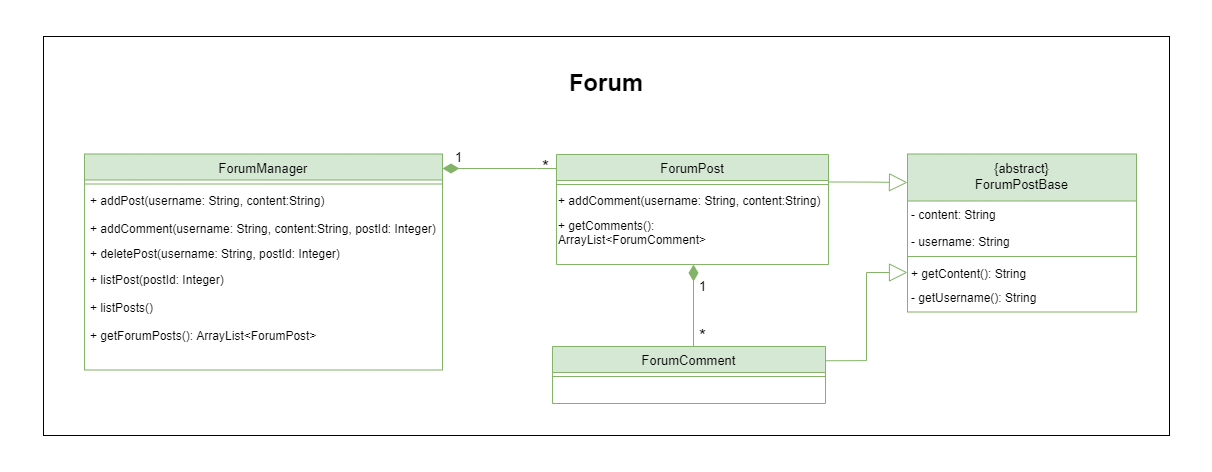
Before: docs/developerGuideDiagrams/forumComponent.png, a diagram exported from draw.io (theeugenechong/tp). Source tidied: cells renumbered, new cells last; positions are measured from the earlier drawing's top-left corner, leaving out a move shared by most shapes.
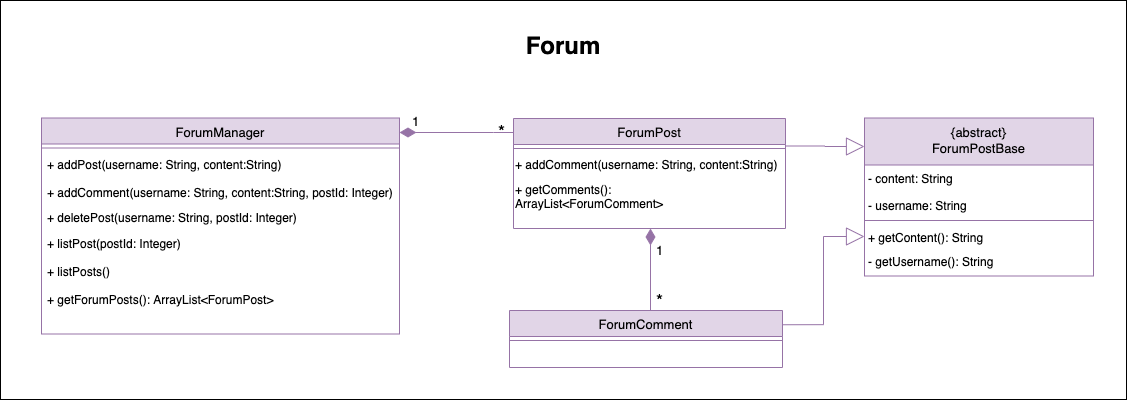
Later version of the same file.

Change to the diagram source:
```diff
@@ -2,16 +2,13 @@
   <root>
     <mxCell id="0" />
     <mxCell id="1" parent="0" />
-    <mxCell id="2" style="rounded=0;whiteSpace=wrap;html=1;fontSize=13;strokeColor=#FFFFFF;align=right;" parent="1" vertex="1">
-      <mxGeometry width="1210" height="471" as="geometry" />
-    </mxCell>
     <mxCell id="3" value="&lt;b&gt;&lt;span style=&quot;font-size: 24px&quot;&gt;Forum&lt;/span&gt;&lt;br&gt;&lt;br&gt;&lt;br&gt;&lt;br&gt;&lt;br&gt;&lt;br&gt;&lt;br&gt;&lt;br&gt;&lt;br&gt;&lt;br&gt;&lt;br&gt;&lt;br&gt;&lt;br&gt;&lt;br&gt;&lt;br&gt;&lt;br&gt;&lt;br&gt;&lt;br&gt;&lt;br&gt;&lt;br&gt;&lt;br&gt;&lt;br&gt;&lt;br&gt;&lt;/b&gt;" style="rounded=0;whiteSpace=wrap;html=1;" parent="1" vertex="1">
       <mxGeometry x="43" y="36" width="1126" height="399" as="geometry" />
     </mxCell>
-    <mxCell id="4" value="ForumManager" style="swimlane;fontStyle=0;align=center;verticalAlign=top;horizontal=1;startSize=26;rounded=0;shadow=0;strokeWidth=1;fillColor=#d5e8d4;strokeColor=#82b366;fontSize=13;" parent="1" vertex="1">
+    <mxCell id="4" value="ForumManager" style="swimlane;fontStyle=0;align=center;verticalAlign=top;horizontal=1;startSize=26;rounded=0;shadow=0;strokeWidth=1;fillColor=#e1d5e7;strokeColor=#9673a6;fontSize=13;" parent="1" vertex="1">
       <mxGeometry x="84" y="153.5" width="358" height="216" as="geometry" />
     </mxCell>
-    <mxCell id="5" style="line;html=1;strokeWidth=1;align=left;verticalAlign=middle;spacingTop=-1;spacingLeft=3;spacingRight=3;labelPosition=right;fillColor=#d5e8d4;strokeColor=#82b366;fontSize=13;" parent="4" vertex="1">
+    <mxCell id="5" style="line;html=1;strokeWidth=1;align=left;verticalAlign=middle;spacingTop=-1;spacingLeft=3;spacingRight=3;labelPosition=right;fillColor=#e1d5e7;strokeColor=#9673a6;fontSize=13;" parent="4" vertex="1">
       <mxGeometry y="26" width="358" height="8" as="geometry" />
     </mxCell>
     <mxCell id="6" style="edgeStyle=orthogonalEdgeStyle;rounded=0;orthogonalLoop=1;jettySize=auto;html=1;exitX=0.5;exitY=1;exitDx=0;exitDy=0;" parent="1" edge="1" source="3" target="3">
@@ -23,7 +20,7 @@
     <mxCell id="8" value="*" style="text;html=1;align=center;verticalAlign=middle;strokeColor=none;fillColor=none;fontSize=18;" parent="1" vertex="1">
       <mxGeometry x="536" y="154" width="17" height="26" as="geometry" />
     </mxCell>
-    <mxCell id="9" style="endArrow=none;html=1;endSize=12;startArrow=diamondThin;startSize=14;startFill=1;edgeStyle=orthogonalEdgeStyle;align=left;verticalAlign=bottom;rounded=0;jumpStyle=none;fillColor=#d5e8d4;strokeColor=#82b366;fontSize=15;entryX=0;entryY=0.25;entryDx=0;entryDy=0;endFill=0;" parent="1" edge="1" target="11">
+    <mxCell id="9" style="endArrow=none;html=1;endSize=12;startArrow=diamondThin;startSize=14;startFill=1;edgeStyle=orthogonalEdgeStyle;align=left;verticalAlign=bottom;rounded=0;jumpStyle=none;fillColor=#e1d5e7;strokeColor=#9673a6;fontSize=15;entryX=0;entryY=0.25;entryDx=0;entryDy=0;endFill=0;" parent="1" edge="1" target="11">
       <mxGeometry x="-1" y="3" relative="1" as="geometry">
         <mxPoint x="442" y="168" as="sourcePoint" />
         <Array as="points">
@@ -35,19 +32,19 @@
     <mxCell id="10" value="1" style="text;html=1;align=center;verticalAlign=middle;strokeColor=none;fillColor=none;fontSize=13;" parent="1" vertex="1">
       <mxGeometry x="449" y="147" width="17" height="20" as="geometry" />
     </mxCell>
-    <mxCell id="11" value="ForumPost" style="swimlane;fontStyle=0;align=center;verticalAlign=top;horizontal=1;startSize=26;rounded=0;shadow=0;strokeWidth=1;fillColor=#d5e8d4;strokeColor=#82b366;fontSize=13;" parent="1" vertex="1">
+    <mxCell id="11" value="ForumPost" style="swimlane;fontStyle=0;align=center;verticalAlign=top;horizontal=1;startSize=26;rounded=0;shadow=0;strokeWidth=1;fillColor=#e1d5e7;strokeColor=#9673a6;fontSize=13;" parent="1" vertex="1">
       <mxGeometry x="556" y="154" width="272" height="110" as="geometry" />
     </mxCell>
-    <mxCell id="12" style="line;html=1;strokeWidth=1;align=left;verticalAlign=middle;spacingTop=-1;spacingLeft=3;spacingRight=3;labelPosition=right;fillColor=#d5e8d4;strokeColor=#82b366;fontSize=13;" parent="11" vertex="1">
+    <mxCell id="12" style="line;html=1;strokeWidth=1;align=left;verticalAlign=middle;spacingTop=-1;spacingLeft=3;spacingRight=3;labelPosition=right;fillColor=#e1d5e7;strokeColor=#9673a6;fontSize=13;" parent="11" vertex="1">
       <mxGeometry y="26" width="272" height="8" as="geometry" />
     </mxCell>
-    <mxCell id="13" value="ForumComment" style="swimlane;fontStyle=0;align=center;verticalAlign=top;horizontal=1;startSize=26;rounded=0;shadow=0;strokeWidth=1;fillColor=#d5e8d4;strokeColor=#82b366;fontSize=13;" parent="1" vertex="1">
+    <mxCell id="13" value="ForumComment" style="swimlane;fontStyle=0;align=center;verticalAlign=top;horizontal=1;startSize=26;rounded=0;shadow=0;strokeWidth=1;fillColor=#e1d5e7;strokeColor=#9673a6;fontSize=13;" parent="1" vertex="1">
       <mxGeometry x="552" y="346" width="273" height="57" as="geometry" />
     </mxCell>
-    <mxCell id="14" style="line;html=1;strokeWidth=1;align=left;verticalAlign=middle;spacingTop=-1;spacingLeft=3;spacingRight=3;labelPosition=right;fillColor=#d5e8d4;strokeColor=#82b366;fontSize=13;" parent="13" vertex="1">
+    <mxCell id="14" style="line;html=1;strokeWidth=1;align=left;verticalAlign=middle;spacingTop=-1;spacingLeft=3;spacingRight=3;labelPosition=right;fillColor=#e1d5e7;strokeColor=#9673a6;fontSize=13;" parent="13" vertex="1">
       <mxGeometry y="26" width="273" height="8" as="geometry" />
     </mxCell>
-    <mxCell id="15" style="endArrow=none;html=1;endSize=12;startArrow=diamondThin;startSize=14;startFill=1;edgeStyle=orthogonalEdgeStyle;align=left;verticalAlign=bottom;rounded=0;jumpStyle=none;fillColor=#d5e8d4;strokeColor=#82b366;fontSize=15;endFill=0;" parent="1" edge="1">
+    <mxCell id="15" style="endArrow=none;html=1;endSize=12;startArrow=diamondThin;startSize=14;startFill=1;edgeStyle=orthogonalEdgeStyle;align=left;verticalAlign=bottom;rounded=0;jumpStyle=none;fillColor=#e1d5e7;strokeColor=#9673a6;fontSize=15;endFill=0;" parent="1" edge="1">
       <mxGeometry x="-1" y="3" relative="1" as="geometry">
         <mxPoint x="693" y="264" as="sourcePoint" />
         <mxPoint x="693" y="346" as="targetPoint" />
@@ -59,18 +56,18 @@
     <mxCell id="17" value="*" style="text;html=1;align=center;verticalAlign=middle;strokeColor=none;fillColor=none;fontSize=18;" parent="1" vertex="1">
       <mxGeometry x="693" y="323.5" width="17" height="26" as="geometry" />
     </mxCell>
-    <mxCell id="18" value="{abstract}&#10;ForumPostBase" style="swimlane;fontStyle=0;align=center;verticalAlign=top;horizontal=1;startSize=47;rounded=0;shadow=0;strokeWidth=1;fillColor=#d5e8d4;strokeColor=#82b366;fontSize=13;" parent="1" vertex="1">
+    <mxCell id="18" value="{abstract}&#10;ForumPostBase" style="swimlane;fontStyle=0;align=center;verticalAlign=top;horizontal=1;startSize=47;rounded=0;shadow=0;strokeWidth=1;fillColor=#e1d5e7;strokeColor=#9673a6;fontSize=13;" parent="1" vertex="1">
       <mxGeometry x="907" y="153.5" width="229" height="158" as="geometry" />
     </mxCell>
-    <mxCell id="19" style="line;html=1;strokeWidth=1;align=left;verticalAlign=middle;spacingTop=-1;spacingLeft=3;spacingRight=3;labelPosition=right;fillColor=#d5e8d4;strokeColor=#82b366;fontSize=13;" parent="18" vertex="1">
+    <mxCell id="19" style="line;html=1;strokeWidth=1;align=left;verticalAlign=middle;spacingTop=-1;spacingLeft=3;spacingRight=3;labelPosition=right;fillColor=#e1d5e7;strokeColor=#9673a6;fontSize=13;" parent="18" vertex="1">
       <mxGeometry y="47" width="229" height="111" as="geometry" />
     </mxCell>
-    <mxCell id="20" style="endArrow=block;endSize=16;endFill=0;html=1;rounded=0;edgeStyle=orthogonalEdgeStyle;jumpStyle=none;fillColor=#d5e8d4;strokeColor=#82b366;exitX=1;exitY=0.25;exitDx=0;exitDy=0;fontSize=15;" parent="1" edge="1" source="11">
+    <mxCell id="20" style="endArrow=block;endSize=16;endFill=0;html=1;rounded=0;edgeStyle=orthogonalEdgeStyle;jumpStyle=none;fillColor=#e1d5e7;strokeColor=#9673a6;exitX=1;exitY=0.25;exitDx=0;exitDy=0;fontSize=15;" parent="1" edge="1" source="11">
       <mxGeometry x="0.11" relative="1" as="geometry">
         <mxPoint x="907" y="182" as="targetPoint" />
       </mxGeometry>
     </mxCell>
-    <mxCell id="21" style="endArrow=block;endSize=16;endFill=0;html=1;rounded=0;edgeStyle=orthogonalEdgeStyle;jumpStyle=none;fillColor=#d5e8d4;strokeColor=#82b366;exitX=1;exitY=0.25;exitDx=0;exitDy=0;entryX=0;entryY=0.75;entryDx=0;entryDy=0;fontSize=15;" parent="1" edge="1" source="13" target="18">
+    <mxCell id="21" style="endArrow=block;endSize=16;endFill=0;html=1;rounded=0;edgeStyle=orthogonalEdgeStyle;jumpStyle=none;fillColor=#e1d5e7;strokeColor=#9673a6;exitX=1;exitY=0.25;exitDx=0;exitDy=0;entryX=0;entryY=0.75;entryDx=0;entryDy=0;fontSize=15;" parent="1" edge="1" source="13" target="18">
       <mxGeometry x="0.11" relative="1" as="geometry" />
     </mxCell>
     <mxCell id="22" value="- content: String" style="text;html=1;strokeColor=none;fillColor=none;align=left;verticalAlign=middle;whiteSpace=wrap;rounded=0;fontSize=12;" parent="1" vertex="1">
```
